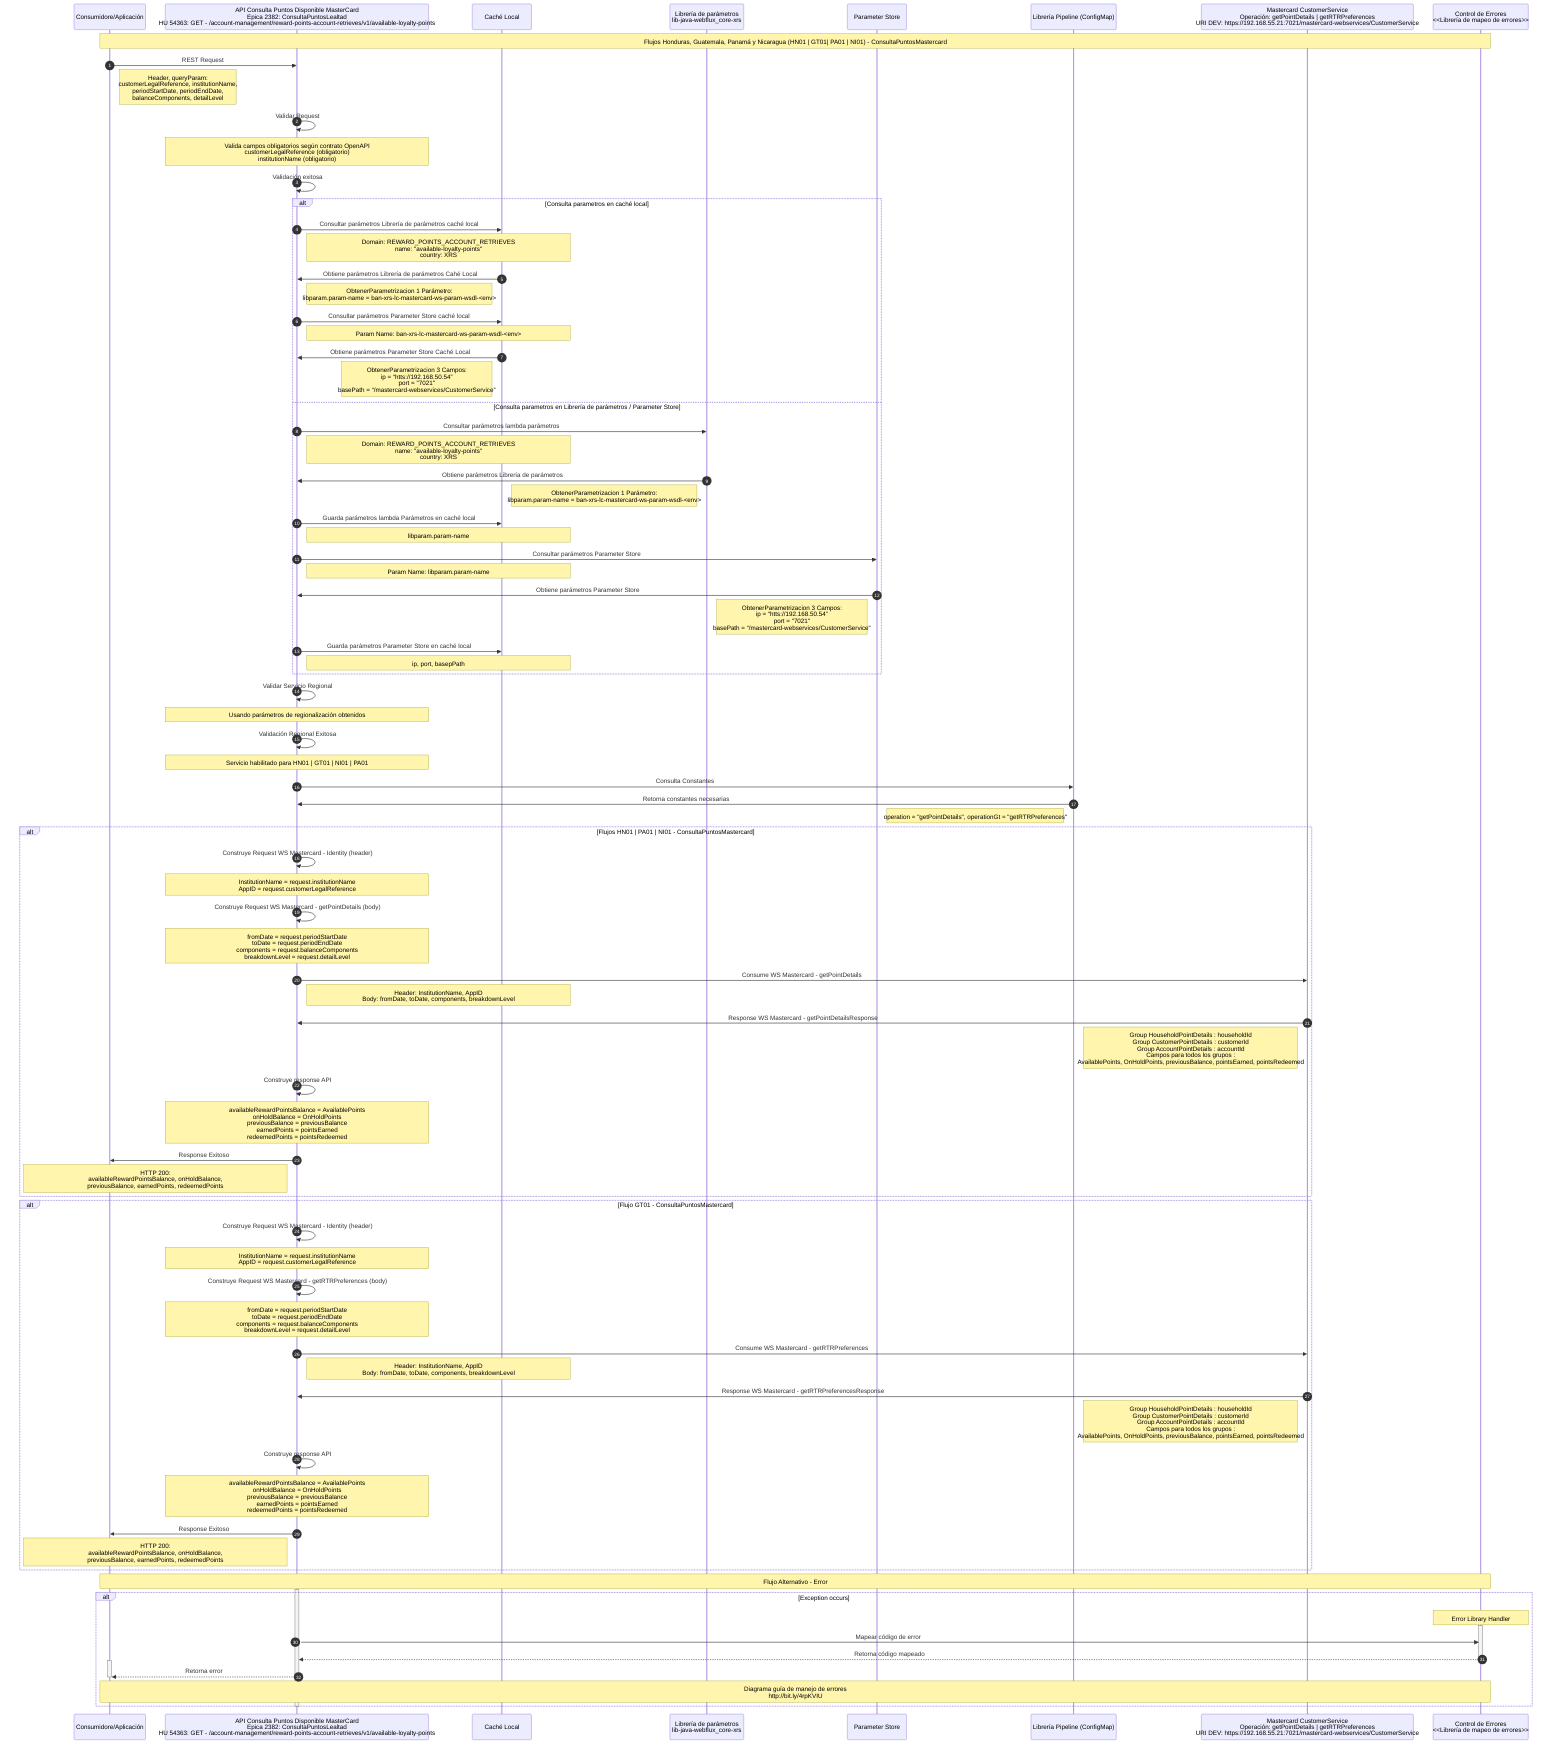
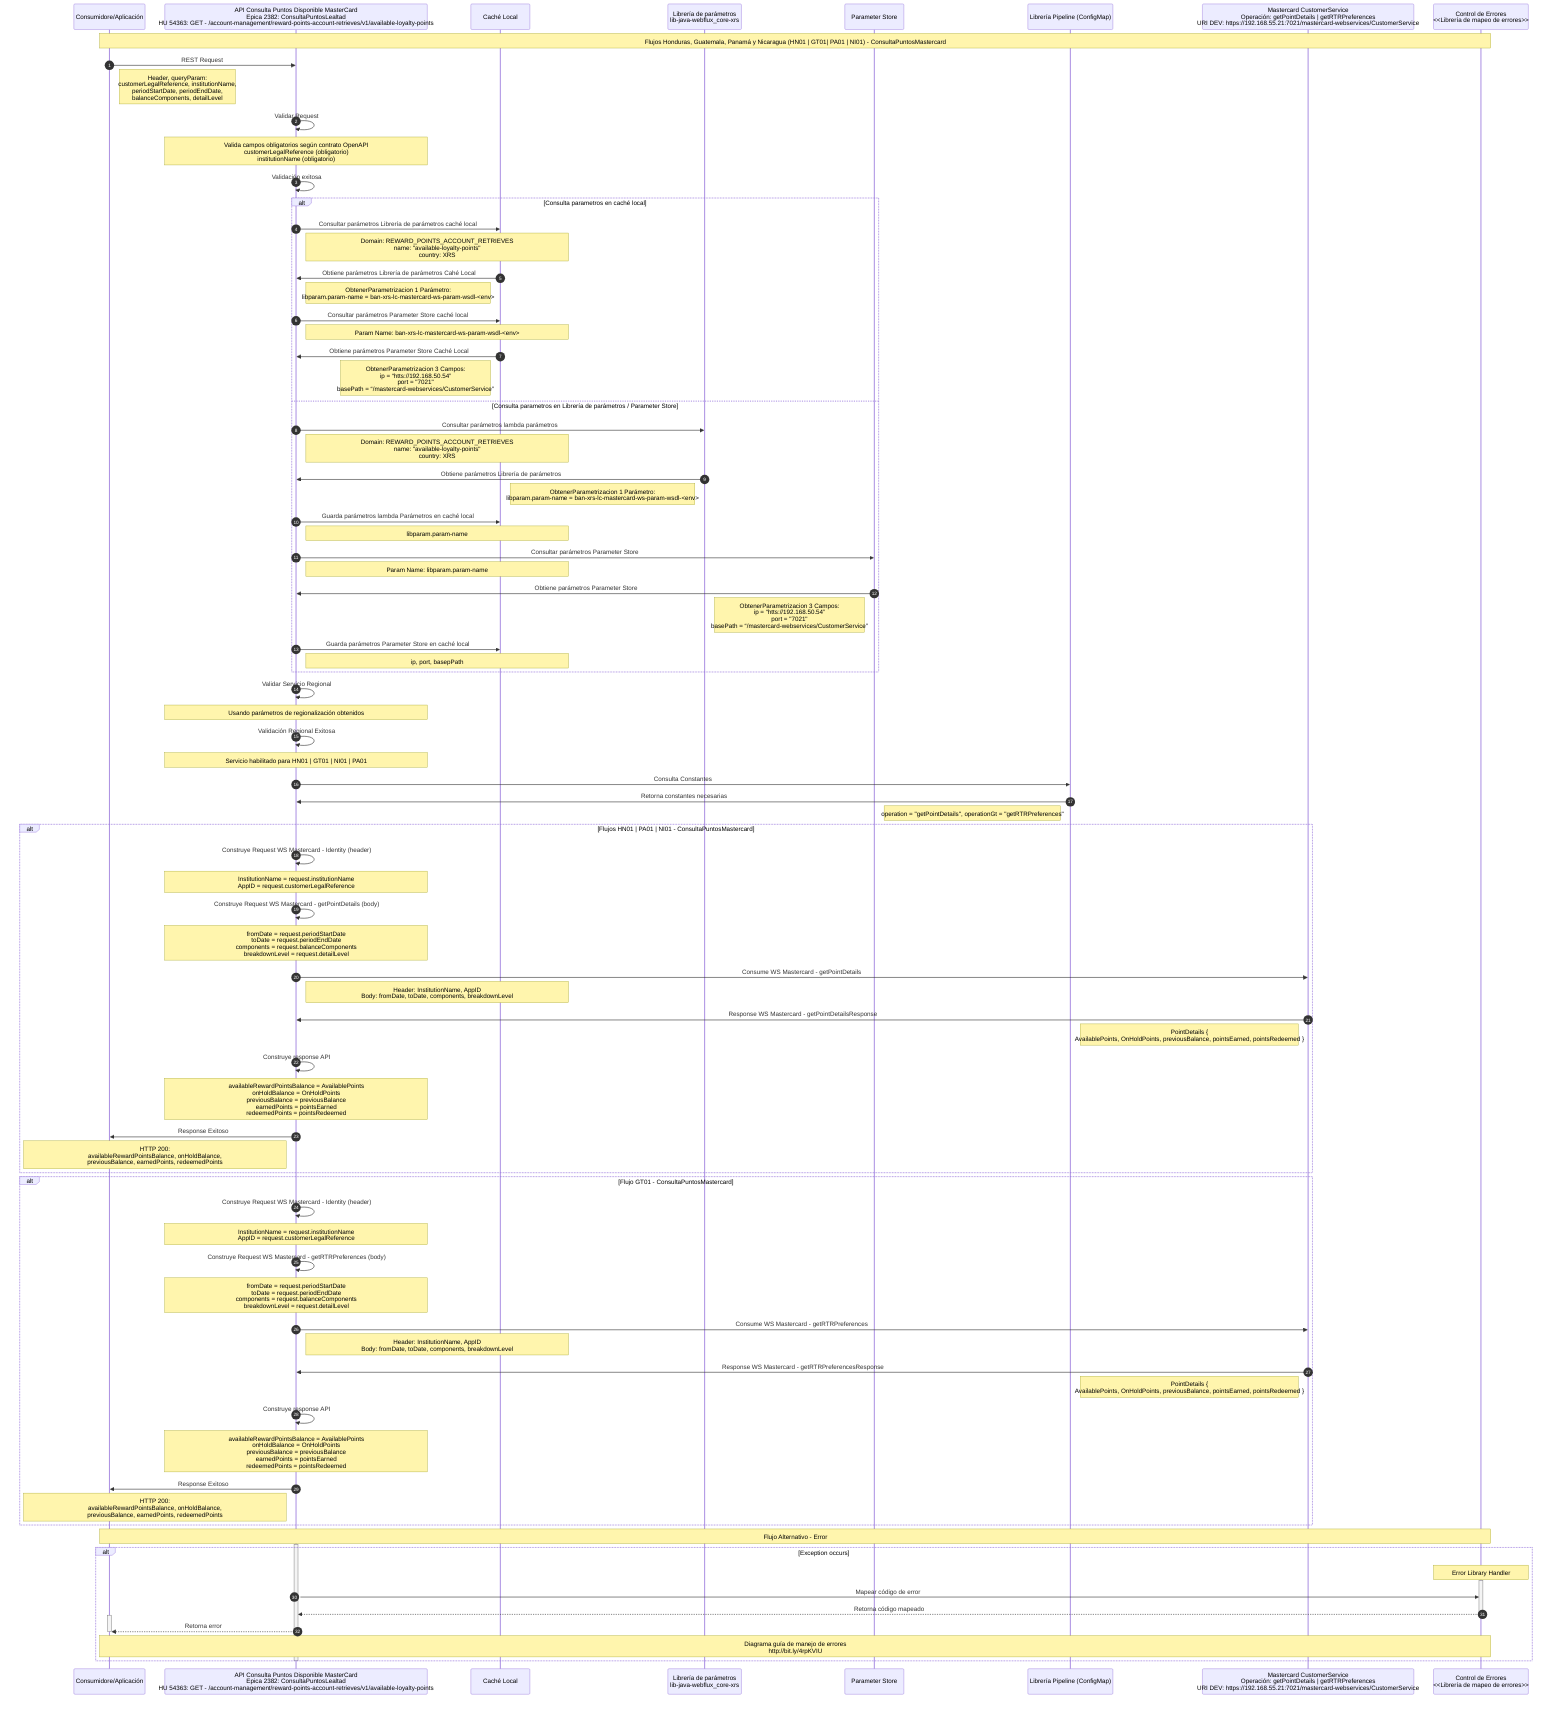

sequenceDiagram
    autonumber
    participant Consumidor as Consumidore/Aplicación
    participant API as API Consulta Puntos Disponible MasterCard <br> Epica 2382: ConsultaPuntosLealtad <br> HU 54363:  GET - /account-management/reward-points-account-retrieves/v1/available-loyalty-points
    participant CL as Caché Local
    participant Lambda as Librería de parámetros <br> lib-java-webflux_core-xrs
    participant Parameter as Parameter Store
    participant Lib as Librería Pipeline (ConfigMap)
    participant MRS as Mastercard CustomerService <br/> Operación: getPointDetails | getRTRPreferences <br> URI DEV: https://192.168.55.21:7021/mastercard-webservices/CustomerService
    participant Errors as Control de Errores <br> <<Librería de mapeo de errores>>

    Note over Consumidor, Errors: Flujos Honduras, Guatemala, Panamá y Nicaragua (HN01 | GT01| PA01 | NI01) - ConsultaPuntosMastercard

    Consumidor->>API: REST Request
    Note right of Consumidor: Header, queryParam: <br> customerLegalReference, institutionName, <br> periodStartDate, periodEndDate, <br> balanceComponents, detailLevel

    API->>API: Validar Request
    Note over API: Valida campos obligatorios según contrato OpenAPI <br> customerLegalReference (obligatorio) <br> institutionName (obligatorio)

    API->>API: Validación exitosa

    alt Consulta parametros en caché local

        API->>CL: Consultar parámetros Librería de parámetros caché local
        Note right of API: Domain: REWARD_POINTS_ACCOUNT_RETRIEVES <br>  name: "available-loyalty-points" <br> country: XRS

        CL->>API: Obtiene parámetros Librería de parámetros Cahé Local
        Note left of CL: ObtenerParametrizacion 1 Parámetro: <br> libparam.param-name = ban-xrs-lc-mastercard-ws-param-wsdl-<env>

        API->>CL: Consultar parámetros Parameter Store caché local
        Note right of API: Param Name: ban-xrs-lc-mastercard-ws-param-wsdl-<env>

        CL->>API: Obtiene parámetros Parameter Store Caché Local
        Note left of CL: ObtenerParametrizacion 3 Campos: <br> ip = “htts://192.168.50.54” <br> port = "7021" <br> basePath = “/mastercard-webservices/CustomerService”

    else Consulta  parametros en Librería de parámetros / Parameter Store

        API->>Lambda: Consultar parámetros lambda parámetros
        Note right of API: Domain: REWARD_POINTS_ACCOUNT_RETRIEVES <br>  name: "available-loyalty-points" <br> country: XRS

        Lambda->>API: Obtiene parámetros Librería de parámetros
        Note left of Lambda: ObtenerParametrizacion 1 Parámetro: <br> libparam.param-name = ban-xrs-lc-mastercard-ws-param-wsdl-<env>

        API->>CL: Guarda parámetros lambda Parámetros en caché local
        Note right of API: libparam.param-name

        API->>Parameter: Consultar parámetros Parameter Store
        Note right of API: Param Name: libparam.param-name

        Parameter->>API: Obtiene parámetros Parameter Store
        Note left of Parameter: ObtenerParametrizacion 3 Campos: <br> ip = “htts://192.168.50.54” <br> port = "7021" <br> basePath = “/mastercard-webservices/CustomerService”

        API->>CL: Guarda parámetros Parameter Store en caché local
        Note right of API: ip, port, basepPath

    end

    API->>API: Validar Servicio Regional
    Note over API: Usando parámetros de regionalización obtenidos

    API->>API: Validación Regional Exitosa
    Note over API: Servicio habilitado para HN01 | GT01 | NI01 | PA01

    API->>Lib: Consulta Constantes

    Lib->>API: Retorna constantes necesarias
    Note left of Lib: operation = "getPointDetails", operationGt = "getRTRPreferences"

    alt Flujos HN01 | PA01 | NI01 - ConsultaPuntosMastercard

        API->>API: Construye Request WS Mastercard - Identity (header)
        Note over API: InstitutionName = request.institutionName <br> AppID = request.customerLegalReference

        API->>API: Construye Request WS Mastercard - getPointDetails (body)
        Note over API: fromDate = request.periodStartDate <br> toDate = request.periodEndDate <br> components = request.balanceComponents <br> breakdownLevel = request.detailLevel

        API->>MRS: Consume WS Mastercard - getPointDetails
        Note right of API: Header: InstitutionName, AppID <br> Body: fromDate, toDate, components, breakdownLevel

        MRS->>API: Response WS Mastercard - getPointDetailsResponse
-         Note left of MRS: Group HouseholdPointDetails : householdId <br> Group CustomerPointDetails : customerId <br> Group AccountPointDetails : accountId  <br> Campos para todos los grupos : <br> AvailablePoints, OnHoldPoints, previousBalance, pointsEarned, pointsRedeemed
+         Note left of MRS: PointDetails { <br> AvailablePoints, OnHoldPoints, previousBalance, pointsEarned, pointsRedeemed }

        API->>API: Construye response API
        Note over API: availableRewardPointsBalance = AvailablePoints <br> onHoldBalance = OnHoldPoints <br> previousBalance = previousBalance <br> earnedPoints = pointsEarned <br> redeemedPoints = pointsRedeemed

        API->>Consumidor: Response Exitoso
        Note left of API: HTTP 200: <br> availableRewardPointsBalance, onHoldBalance, <br> previousBalance, earnedPoints, redeemedPoints

    end

    alt Flujo GT01 - ConsultaPuntosMastercard

        API->>API: Construye Request WS Mastercard - Identity (header)
        Note over API: InstitutionName = request.institutionName <br> AppID = request.customerLegalReference

        API->>API: Construye Request WS Mastercard - getRTRPreferences (body)
        Note over API: fromDate = request.periodStartDate <br> toDate = request.periodEndDate <br> components = request.balanceComponents <br> breakdownLevel = request.detailLevel

        API->>MRS: Consume WS Mastercard - getRTRPreferences
        Note right of API: Header: InstitutionName, AppID <br> Body: fromDate, toDate, components, breakdownLevel

        MRS->>API: Response WS Mastercard - getRTRPreferencesResponse
-         Note left of MRS: Group HouseholdPointDetails : householdId <br> Group CustomerPointDetails : customerId <br> Group AccountPointDetails : accountId  <br> Campos para todos los grupos : <br> AvailablePoints, OnHoldPoints, previousBalance, pointsEarned, pointsRedeemed
+         Note left of MRS: PointDetails { <br> AvailablePoints, OnHoldPoints, previousBalance, pointsEarned, pointsRedeemed }

        API->>API: Construye response API
        Note over API: availableRewardPointsBalance = AvailablePoints <br> onHoldBalance = OnHoldPoints <br> previousBalance = previousBalance <br> earnedPoints = pointsEarned <br> redeemedPoints = pointsRedeemed

        API->>Consumidor: Response Exitoso
        Note left of API: HTTP 200: <br> availableRewardPointsBalance, onHoldBalance, <br> previousBalance, earnedPoints, redeemedPoints

    end

    Note over Consumidor, Errors: Flujo Alternativo - Error
    activate API
    alt Exception occurs
        note over Errors: Error Library Handler
        activate Errors
            API->> Errors: Mapear código de error
            Errors -->> API: Retorna código mapeado
        deactivate Errors
        activate Consumidor
            API-->> Consumidor: Retorna error
        deactivate Consumidor
        Note over Consumidor,Errors: Diagrama guía de manejo de errores <br> http://bit.ly/4rpKVIU
    end
    deactivate API